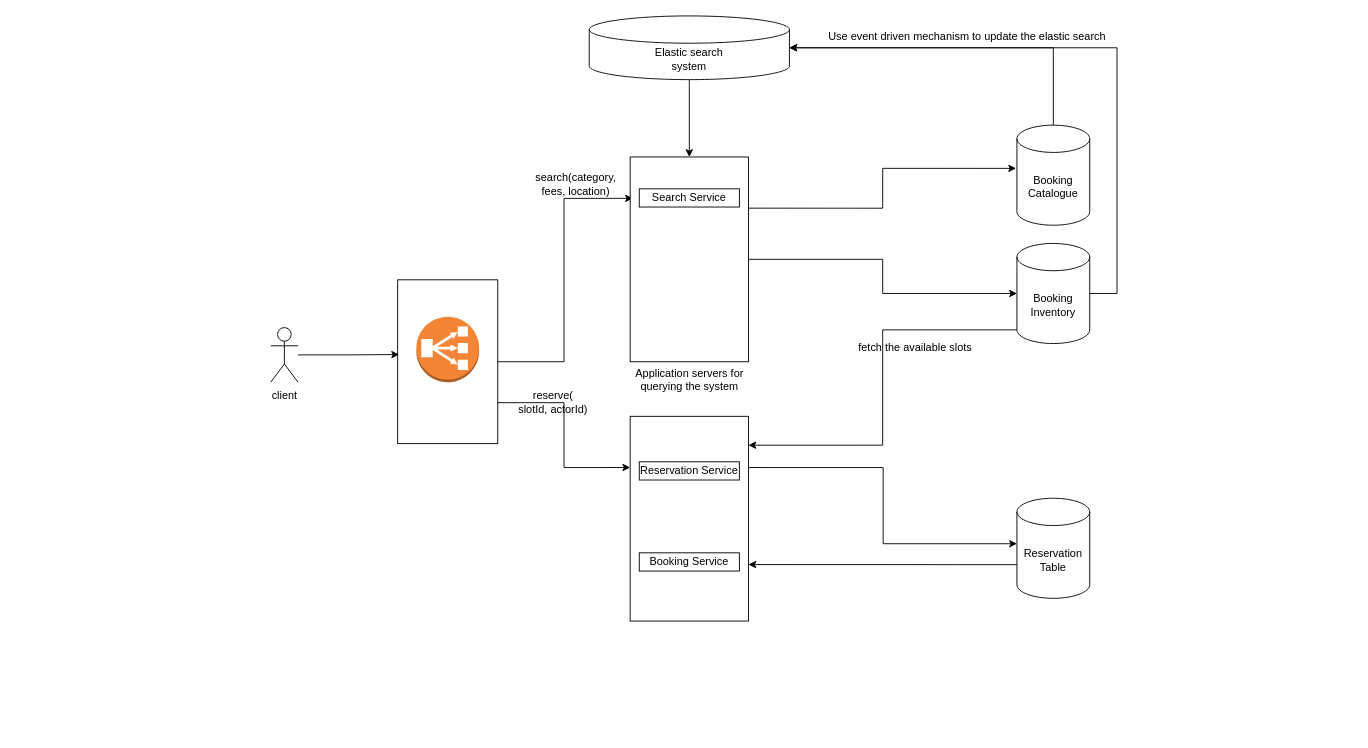
The draw.io diagram AppointmentSchedulingSystemLikePracto.drawio in anshul1790/system-design-playground, before the edit. Source tidied: cells renumbered, new cells numbered last; positions are measured from the earlier drawing's top-left corner, leaving out a move shared by most shapes. Both pictures are drawn from the tidied source at 91%, with x=0, y=0 at pixel (270, 15).
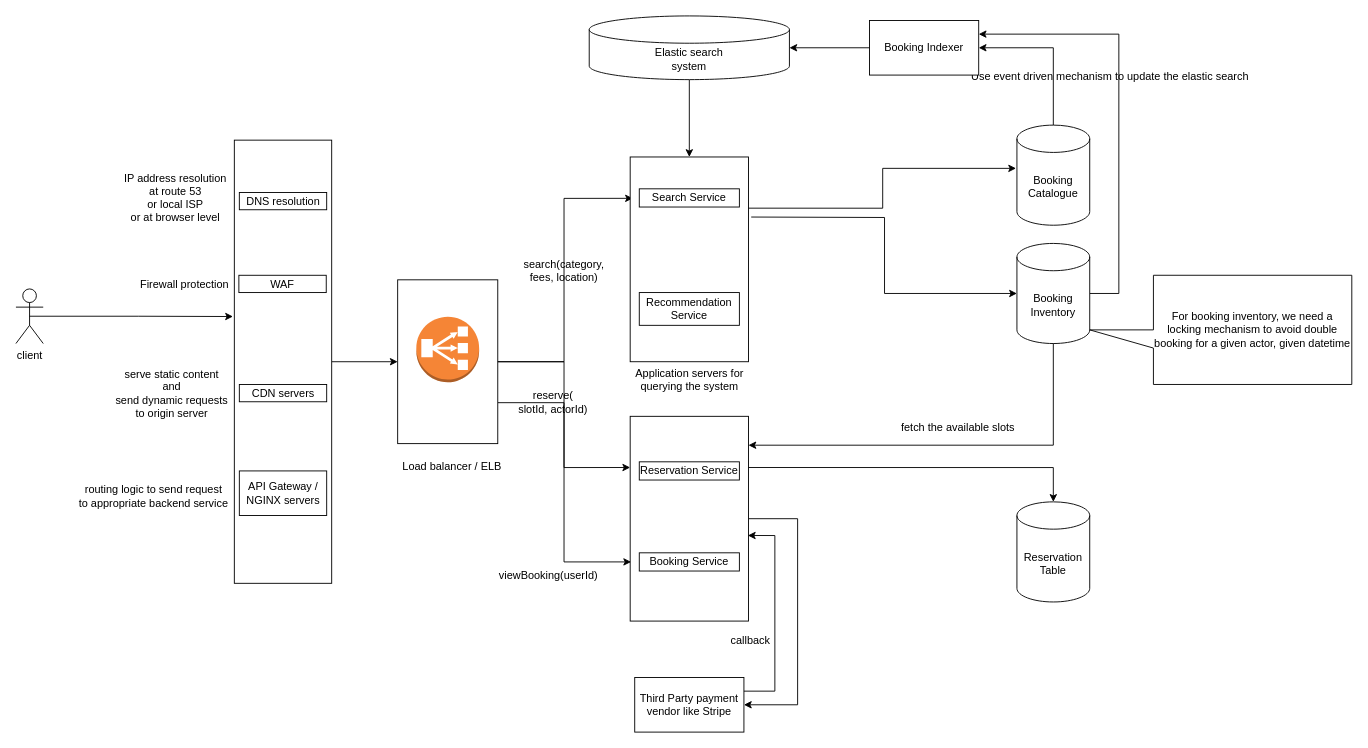
After the change.

Unchanged cells that the change refers to:
```xml
<mxCell id="4" style="rounded=0;whiteSpace=wrap;html=1;" parent="1" vertex="1">
  <mxGeometry x="139.5" y="290" width="110" height="180" as="geometry" />
</mxCell>
<mxCell id="6" style="rounded=0;whiteSpace=wrap;html=1;" parent="1" vertex="1">
  <mxGeometry x="395" y="155" width="130" height="225" as="geometry" />
</mxCell>
<mxCell id="11" value="Booking Catalogue" style="shape=cylinder3;whiteSpace=wrap;html=1;boundedLbl=1;backgroundOutline=1;size=15;" parent="1" vertex="1">
  <mxGeometry x="820" y="120" width="80" height="110" as="geometry" />
</mxCell>
<mxCell id="12" value="Booking Inventory" style="shape=cylinder3;whiteSpace=wrap;html=1;boundedLbl=1;backgroundOutline=1;size=15;" parent="1" vertex="1">
  <mxGeometry x="820" y="250" width="80" height="110" as="geometry" />
</mxCell>
<mxCell id="17" value="Elastic search&lt;div&gt;system&lt;/div&gt;" style="shape=cylinder3;whiteSpace=wrap;html=1;boundedLbl=1;backgroundOutline=1;size=15;" parent="1" vertex="1">
  <mxGeometry x="350" width="220" height="70" as="geometry" />
</mxCell>
<mxCell id="21" style="rounded=0;whiteSpace=wrap;html=1;" parent="1" vertex="1">
  <mxGeometry x="395" y="440" width="130" height="225" as="geometry" />
</mxCell>
```

The edit, as a diff of the source:
```diff
@@
+    <mxCell id="30" style="edgeStyle=orthogonalEdgeStyle;rounded=0;jettySize=auto;html=1;exitX=0.5;exitY=0.5;exitDx=0;exitDy=0;exitPerimeter=0;entryX=-0.014;entryY=0.398;entryDx=0;entryDy=0;entryPerimeter=0;" parent="1" edge="1" source="5" target="45">
+      <mxGeometry relative="1" as="geometry" />
+    </mxCell>
     <mxCell id="5" value="client" style="shape=umlActor;verticalLabelPosition=bottom;verticalAlign=top;html=1;outlineConnect=0;" parent="1" vertex="1">
-      <mxGeometry y="342.5" width="30" height="60" as="geometry" />
+      <mxGeometry x="-280" y="300" width="30" height="60" as="geometry" />
     </mxCell>
@@
-    <mxCell id="10" style="edgeStyle=orthogonalEdgeStyle;rounded=0;jettySize=auto;html=1;entryX=0.014;entryY=0.456;entryDx=0;entryDy=0;entryPerimeter=0;" parent="1" edge="1" source="5" target="4">
-      <mxGeometry relative="1" as="geometry" />
-    </mxCell>
+    <mxCell id="31" style="edgeStyle=orthogonalEdgeStyle;rounded=0;jettySize=auto;html=1;entryX=1;entryY=0.5;entryDx=0;entryDy=0;exitX=0.5;exitY=0;exitDx=0;exitDy=0;exitPerimeter=0;" parent="1" edge="1" source="11" target="38">
+      <mxGeometry relative="1" as="geometry" />
+    </mxCell>
@@
+    <mxCell id="32" style="edgeStyle=orthogonalEdgeStyle;rounded=0;jettySize=auto;html=1;entryX=1;entryY=0.25;entryDx=0;entryDy=0;" parent="1" edge="1" source="12" target="38">
+      <mxGeometry relative="1" as="geometry">
+        <Array as="points">
+          <mxPoint x="932" y="305" />
+          <mxPoint x="932" y="20" />
+        </Array>
+      </mxGeometry>
+    </mxCell>
@@
     <mxCell id="13" value="search(category,&lt;div&gt;fees, location)&lt;/div&gt;" style="text;html=1;align=center;verticalAlign=middle;strokeColor=none;fillColor=none;" parent="1" vertex="1">
-      <mxGeometry x="280" y="165" width="110" height="40" as="geometry" />
+      <mxGeometry x="267" y="260" width="110" height="40" as="geometry" />
     </mxCell>
@@
-    <mxCell id="15" style="edgeStyle=orthogonalEdgeStyle;rounded=0;jettySize=auto;html=1;entryX=0;entryY=0.5;entryDx=0;entryDy=0;entryPerimeter=0;" parent="1" edge="1" source="6" target="12">
-      <mxGeometry relative="1" as="geometry" />
+    <mxCell id="15" style="edgeStyle=orthogonalEdgeStyle;rounded=0;jettySize=auto;html=1;entryX=0;entryY=0.5;entryDx=0;entryDy=0;entryPerimeter=0;" parent="1" edge="1" target="12">
+      <mxGeometry relative="1" as="geometry">
+        <mxPoint x="528" y="221" as="sourcePoint" />
+      </mxGeometry>
     </mxCell>
@@
-    <mxCell id="18" style="edgeStyle=orthogonalEdgeStyle;rounded=0;jettySize=auto;html=1;entryX=1;entryY=0.5;entryDx=0;entryDy=0;entryPerimeter=0;exitX=0.5;exitY=0;exitDx=0;exitDy=0;exitPerimeter=0;" parent="1" edge="1" source="11" target="17">
-      <mxGeometry relative="1" as="geometry" />
-    </mxCell>
-    <mxCell id="19" style="edgeStyle=orthogonalEdgeStyle;rounded=0;jettySize=auto;html=1;entryX=1;entryY=0.5;entryDx=0;entryDy=0;entryPerimeter=0;" parent="1" edge="1" source="12" target="17">
-      <mxGeometry relative="1" as="geometry">
-        <Array as="points">
-          <mxPoint x="930" y="305" />
-          <mxPoint x="930" y="35" />
-        </Array>
-      </mxGeometry>
-    </mxCell>
     <mxCell id="20" value="Use event driven mechanism to update the elastic search" style="text;html=1;align=center;verticalAlign=middle;strokeColor=none;fillColor=none;" parent="1" vertex="1">
-      <mxGeometry x="600" y="8" width="330" height="30" as="geometry" />
+      <mxGeometry x="757" y="52" width="330" height="30" as="geometry" />
     </mxCell>
+    <mxCell id="33" style="edgeStyle=orthogonalEdgeStyle;rounded=0;jettySize=auto;html=1;exitX=1;exitY=0.5;exitDx=0;exitDy=0;entryX=1;entryY=0.5;entryDx=0;entryDy=0;" parent="1" edge="1" source="21" target="40">
+      <mxGeometry relative="1" as="geometry">
+        <Array as="points">
+          <mxPoint x="579" y="552" />
+          <mxPoint x="579" y="757" />
+        </Array>
+      </mxGeometry>
+    </mxCell>
@@
     <mxCell id="24" value="Reservation&lt;div&gt;Table&lt;/div&gt;" style="shape=cylinder3;whiteSpace=wrap;html=1;boundedLbl=1;backgroundOutline=1;size=15;" parent="1" vertex="1">
-      <mxGeometry x="820" y="530" width="80" height="110" as="geometry" />
+      <mxGeometry x="820" y="534" width="80" height="110" as="geometry" />
     </mxCell>
-    <mxCell id="25" style="edgeStyle=orthogonalEdgeStyle;rounded=0;jettySize=auto;html=1;exitX=1;exitY=0.25;exitDx=0;exitDy=0;" parent="1" edge="1" source="21">
-      <mxGeometry relative="1" as="geometry">
-        <mxPoint x="820" y="580" as="targetPoint" />
-        <Array as="points">
-          <mxPoint x="673" y="496" />
-          <mxPoint x="673" y="580" />
-          <mxPoint x="820" y="580" />
-        </Array>
-      </mxGeometry>
-    </mxCell>
-    <mxCell id="26" style="edgeStyle=orthogonalEdgeStyle;rounded=0;jettySize=auto;html=1;exitX=0;exitY=1;exitDx=0;exitDy=-15;exitPerimeter=0;entryX=1;entryY=0.141;entryDx=0;entryDy=0;entryPerimeter=0;" parent="1" edge="1" source="12" target="21">
-      <mxGeometry relative="1" as="geometry" />
+    <mxCell id="26" style="edgeStyle=orthogonalEdgeStyle;rounded=0;jettySize=auto;html=1;exitX=0.5;exitY=1;exitDx=0;exitDy=0;exitPerimeter=0;entryX=1;entryY=0.141;entryDx=0;entryDy=0;entryPerimeter=0;" parent="1" edge="1" source="12" target="21">
+      <mxGeometry relative="1" as="geometry">
+        <Array as="points">
+          <mxPoint x="860" y="472" />
+        </Array>
+      </mxGeometry>
     </mxCell>
     <mxCell id="27" value="fetch the available slots" style="text;html=1;align=center;verticalAlign=middle;strokeColor=none;fillColor=none;" parent="1" vertex="1">
-      <mxGeometry x="633" y="350" width="150" height="30" as="geometry" />
+      <mxGeometry x="680" y="438" width="150" height="30" as="geometry" />
     </mxCell>
@@
-    <mxCell id="29" style="edgeStyle=orthogonalEdgeStyle;rounded=0;jettySize=auto;html=1;entryX=1;entryY=0.724;entryDx=0;entryDy=0;entryPerimeter=0;" parent="1" edge="1" source="24" target="21">
-      <mxGeometry relative="1" as="geometry">
-        <Array as="points">
-          <mxPoint x="750" y="603" />
-          <mxPoint x="750" y="603" />
-        </Array>
-      </mxGeometry>
-    </mxCell>
+    <mxCell id="34" style="edgeStyle=orthogonalEdgeStyle;rounded=0;jettySize=auto;html=1;entryX=0.008;entryY=0.711;entryDx=0;entryDy=0;entryPerimeter=0;" parent="1" edge="1" source="4" target="21">
+      <mxGeometry relative="1" as="geometry" />
+    </mxCell>
+    <mxCell id="35" value="viewBooking(userId)" style="text;html=1;align=center;verticalAlign=middle;strokeColor=none;fillColor=none;" parent="1" vertex="1">
+      <mxGeometry x="240" y="600" width="130" height="30" as="geometry" />
+    </mxCell>
+    <mxCell id="36" value="For booking inventory, we need a locking mechanism to avoid double booking for a given actor, given datetime" style="shape=callout;whiteSpace=wrap;html=1;perimeter=calloutPerimeter;direction=south;size=70;position=0.5;" parent="1" vertex="1">
+      <mxGeometry x="900" y="285" width="288" height="120" as="geometry" />
+    </mxCell>
+    <mxCell id="37" value="Recommendation Service" style="rounded=0;whiteSpace=wrap;html=1;" parent="1" vertex="1">
+      <mxGeometry x="405" y="304" width="110" height="36" as="geometry" />
+    </mxCell>
+    <mxCell id="38" value="Booking Indexer" style="rounded=0;whiteSpace=wrap;html=1;" parent="1" vertex="1">
+      <mxGeometry x="658" y="5" width="120" height="60" as="geometry" />
+    </mxCell>
+    <mxCell id="39" style="edgeStyle=orthogonalEdgeStyle;rounded=0;jettySize=auto;html=1;entryX=1;entryY=0.5;entryDx=0;entryDy=0;entryPerimeter=0;" parent="1" edge="1" source="38" target="17">
+      <mxGeometry relative="1" as="geometry" />
+    </mxCell>
+    <mxCell id="40" value="Third Party payment vendor like Stripe" style="rounded=0;whiteSpace=wrap;html=1;" parent="1" vertex="1">
+      <mxGeometry x="400" y="727" width="120" height="60" as="geometry" />
+    </mxCell>
+    <mxCell id="41" style="edgeStyle=orthogonalEdgeStyle;rounded=0;jettySize=auto;html=1;exitX=1;exitY=0.25;exitDx=0;exitDy=0;entryX=0.5;entryY=0;entryDx=0;entryDy=0;entryPerimeter=0;" parent="1" edge="1" source="21" target="24">
+      <mxGeometry relative="1" as="geometry" />
+    </mxCell>
+    <mxCell id="42" style="edgeStyle=orthogonalEdgeStyle;rounded=0;jettySize=auto;html=1;exitX=1;exitY=0.25;exitDx=0;exitDy=0;entryX=0.995;entryY=0.582;entryDx=0;entryDy=0;entryPerimeter=0;" parent="1" edge="1" source="40" target="21">
+      <mxGeometry relative="1" as="geometry">
+        <Array as="points">
+          <mxPoint x="554" y="742" />
+          <mxPoint x="554" y="571" />
+        </Array>
+      </mxGeometry>
+    </mxCell>
+    <mxCell id="43" value="callback" style="text;html=1;align=center;verticalAlign=middle;strokeColor=none;fillColor=none;" parent="1" vertex="1">
+      <mxGeometry x="496" y="674" width="61" height="26" as="geometry" />
+    </mxCell>
+    <mxCell id="44" style="edgeStyle=orthogonalEdgeStyle;rounded=0;jettySize=auto;html=1;exitX=1;exitY=0.5;exitDx=0;exitDy=0;entryX=0;entryY=0.5;entryDx=0;entryDy=0;" parent="1" edge="1" source="45" target="4">
+      <mxGeometry relative="1" as="geometry" />
+    </mxCell>
+    <mxCell id="45" style="rounded=0;whiteSpace=wrap;html=1;" parent="1" vertex="1">
+      <mxGeometry x="-40" y="136.5" width="107" height="487" as="geometry" />
+    </mxCell>
+    <mxCell id="46" value="DNS resolution" style="rounded=0;whiteSpace=wrap;html=1;" parent="1" vertex="1">
+      <mxGeometry x="-34.5" y="194" width="96" height="19" as="geometry" />
+    </mxCell>
+    <mxCell id="47" value="Load balancer / ELB" style="text;html=1;align=center;verticalAlign=middle;strokeColor=none;fillColor=none;" parent="1" vertex="1">
+      <mxGeometry x="135" y="482" width="127" height="26" as="geometry" />
+    </mxCell>
+    <mxCell id="48" value="CDN servers" style="rounded=0;whiteSpace=wrap;html=1;" parent="1" vertex="1">
+      <mxGeometry x="-34.5" y="405" width="96" height="19" as="geometry" />
+    </mxCell>
+    <mxCell id="49" value="API Gateway / NGINX servers" style="rounded=0;whiteSpace=wrap;html=1;" parent="1" vertex="1">
+      <mxGeometry x="-34.5" y="500" width="96" height="49" as="geometry" />
+    </mxCell>
+    <mxCell id="50" value="WAF" style="rounded=0;whiteSpace=wrap;html=1;" parent="1" vertex="1">
+      <mxGeometry x="-35" y="285" width="96" height="19" as="geometry" />
+    </mxCell>
+    <mxCell id="51" value="routing logic to send request&lt;div&gt;to appropriate backend service&lt;/div&gt;" style="text;html=1;align=center;verticalAlign=middle;strokeColor=none;fillColor=none;" parent="1" vertex="1">
+      <mxGeometry x="-224.5" y="508" width="190" height="40" as="geometry" />
+    </mxCell>
+    <mxCell id="52" value="serve static content&lt;div&gt;and&lt;/div&gt;&lt;div&gt;send dynamic requests&lt;/div&gt;&lt;div&gt;to origin server&lt;/div&gt;" style="text;html=1;align=center;verticalAlign=middle;strokeColor=none;fillColor=none;" parent="1" vertex="1">
+      <mxGeometry x="-184.5" y="380" width="150" height="70" as="geometry" />
+    </mxCell>
+    <mxCell id="53" value="Firewall protection" style="text;html=1;align=center;verticalAlign=middle;strokeColor=none;fillColor=none;" parent="1" vertex="1">
+      <mxGeometry x="-155" y="279.5" width="120" height="30" as="geometry" />
+    </mxCell>
+    <mxCell id="54" value="IP address resolution&lt;div&gt;at route 53&lt;/div&gt;&lt;div&gt;or local ISP&lt;/div&gt;&lt;div&gt;or at browser level&lt;/div&gt;" style="text;html=1;align=center;verticalAlign=middle;strokeColor=none;fillColor=none;" parent="1" vertex="1">
+      <mxGeometry x="-175" y="165" width="140" height="70" as="geometry" />
+    </mxCell>
```
